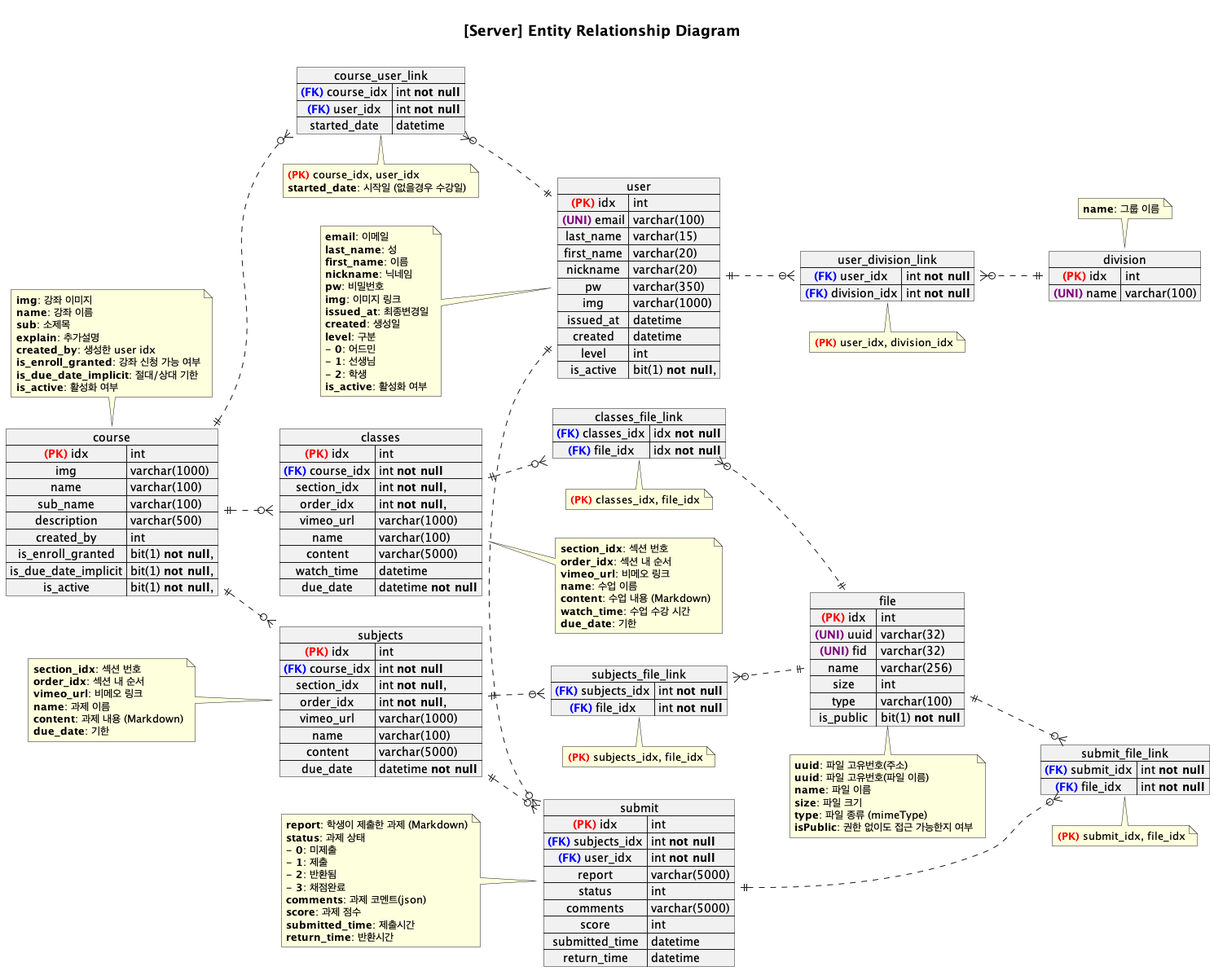
The PlantUML diagram design/erd.png in DokySp/project-emt, before a commit.
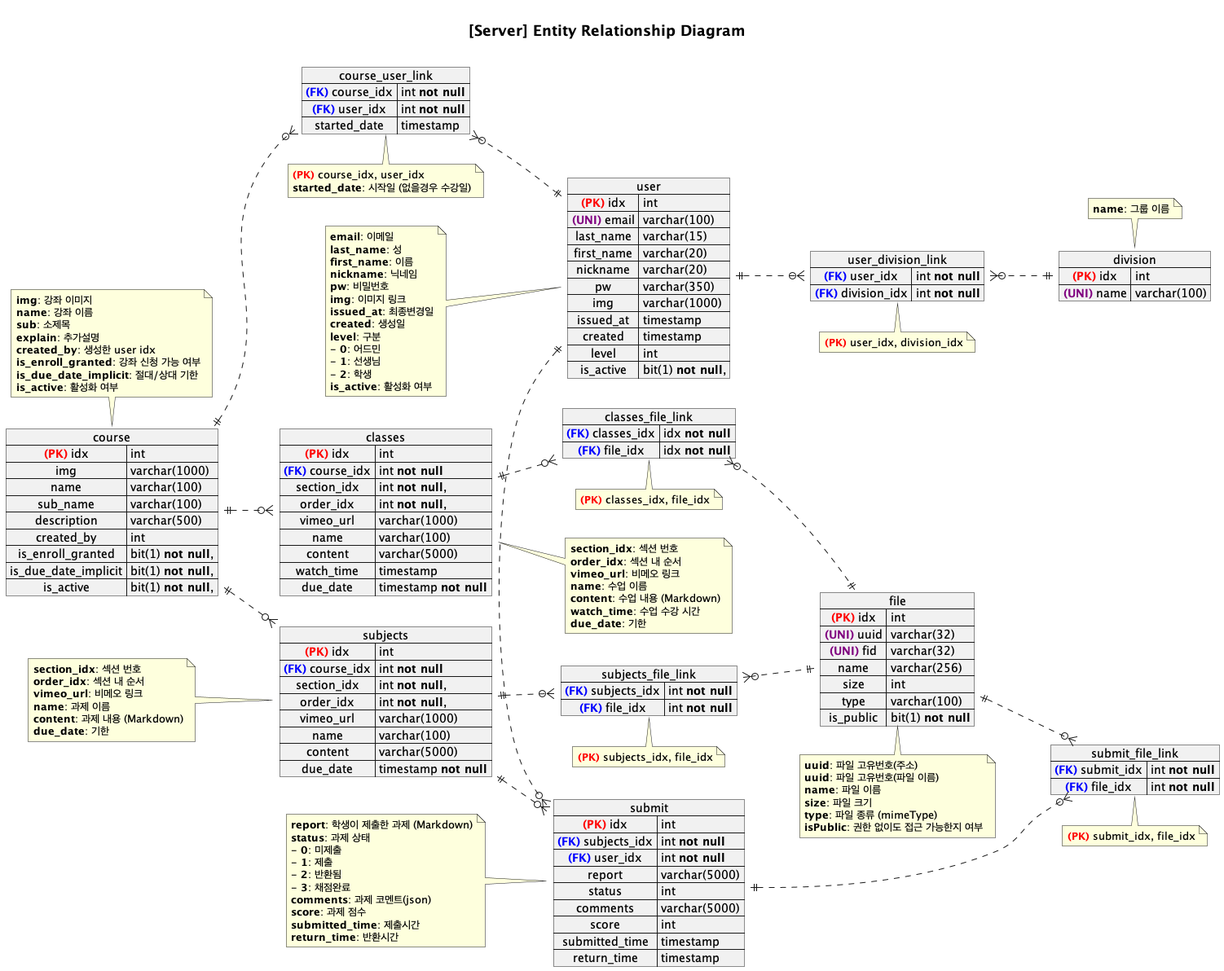
Above is the later version.

Commit message:
ERD 업데이트

The edit, as a diff of the source:
```diff
@@ -31,8 +31,8 @@
   vimeo_url => varchar(1000)
   name => varchar(100)
   content => varchar(5000)
-  watch_time => datetime
-  due_date => datetime **not null**
+  watch_time => timestamp
+  due_date => timestamp **not null**
 }
 note right: **section_idx**: 섹션 번호\n**order_idx**: 섹션 내 순서\n**vimeo_url**: 비메오 링크\n**name**: 수업 이름\n**content**: 수업 내용 (Markdown)\n**watch_time**: 수업 수강 시간\n**due_date**: 기한
 
@@ -46,7 +46,7 @@
   vimeo_url => varchar(1000)
   name => varchar(100)
   content => varchar(5000)
-  due_date => datetime **not null**
+  due_date => timestamp **not null**
 }
 note left: **section_idx**: 섹션 번호\n**order_idx**: 섹션 내 순서\n**vimeo_url**: 비메오 링크\n**name**: 과제 이름\n**content**: 과제 내용 (Markdown)\n**due_date**: 기한
 
@@ -59,8 +59,8 @@
   status => int
   comments => varchar(5000)
   score => int
-  submitted_time => datetime
-  return_time => datetime
+  submitted_time => timestamp
+  return_time => timestamp
 }
 note left: **report**: 학생이 제출한 과제 (Markdown)\n**status**: 과제 상태\n- **0**: 미제출\n- **1**: 제출\n- **2**: 반환됨\n- **3**: 채점완료\n**comments**: 과제 코멘트(json)\n**score**: 과제 점수\n**submitted_time**: 제출시간\n**return_time**: 반환시간
 
@@ -83,8 +83,8 @@
   nickname => varchar(20)
   pw => varchar(350)
   img => varchar(1000)
-  issued_at => datetime
-  created => datetime
+  issued_at => timestamp
+  created => timestamp
   level => int
   is_active => bit(1) **not null**,
 }
@@ -119,7 +119,7 @@
 map course_user_link {
   <color:blue>**(FK)**</color> course_idx => int **not null**
   <color:blue>**(FK)**</color> user_idx => int **not null**
-  started_date => datetime
+  started_date => timestamp
 }
 note bottom: <color:red>**(PK)**</color> course_idx, user_idx\n**started_date**: 시작일 (없을경우 수강일)
 
```
